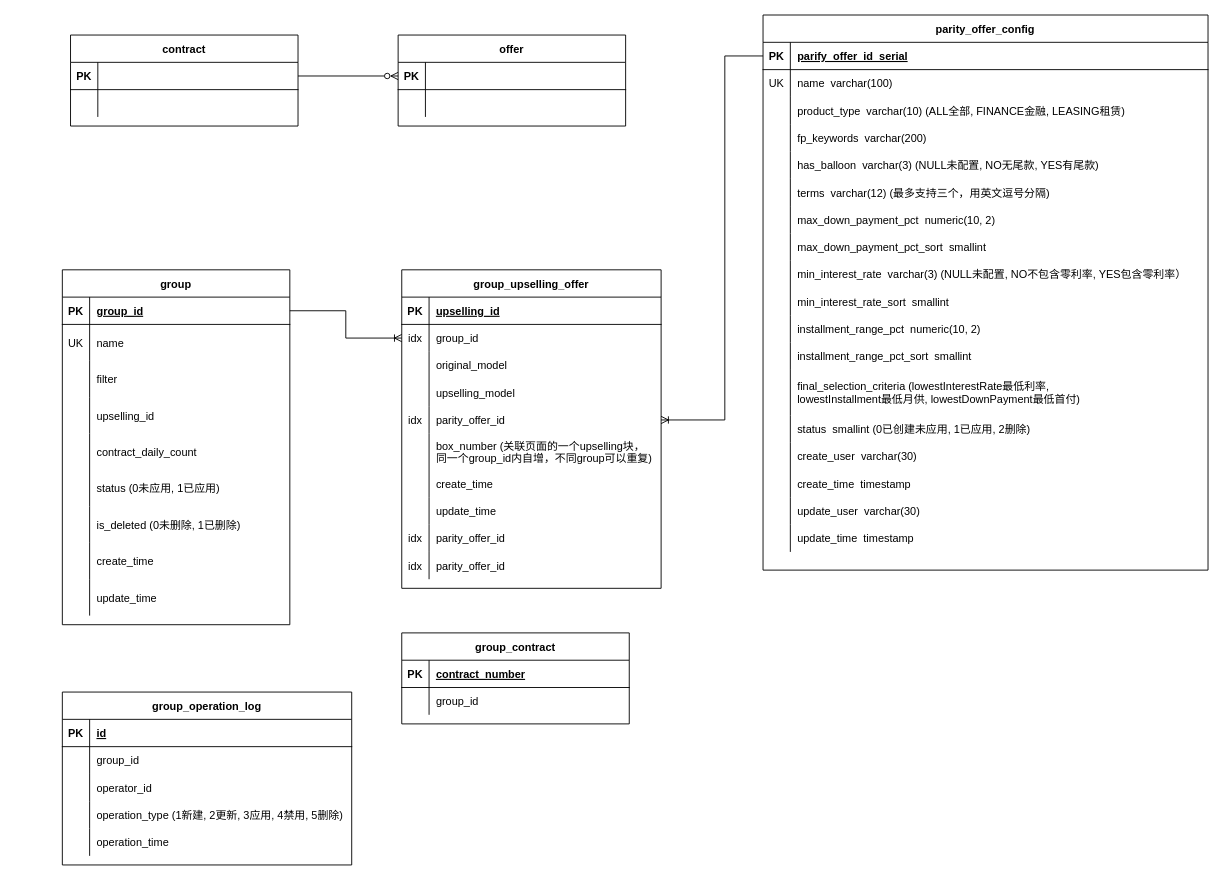
Above: insight.drawio in likun0121/insight (draw.io), before the change. Source tidied: cells renumbered, new cells numbered last; positions are measured from the earlier drawing's top-left corner, leaving out a move shared by most shapes. Both pictures are drawn from the tidied source at 91%, with x=0, y=0 at pixel (62, 15).
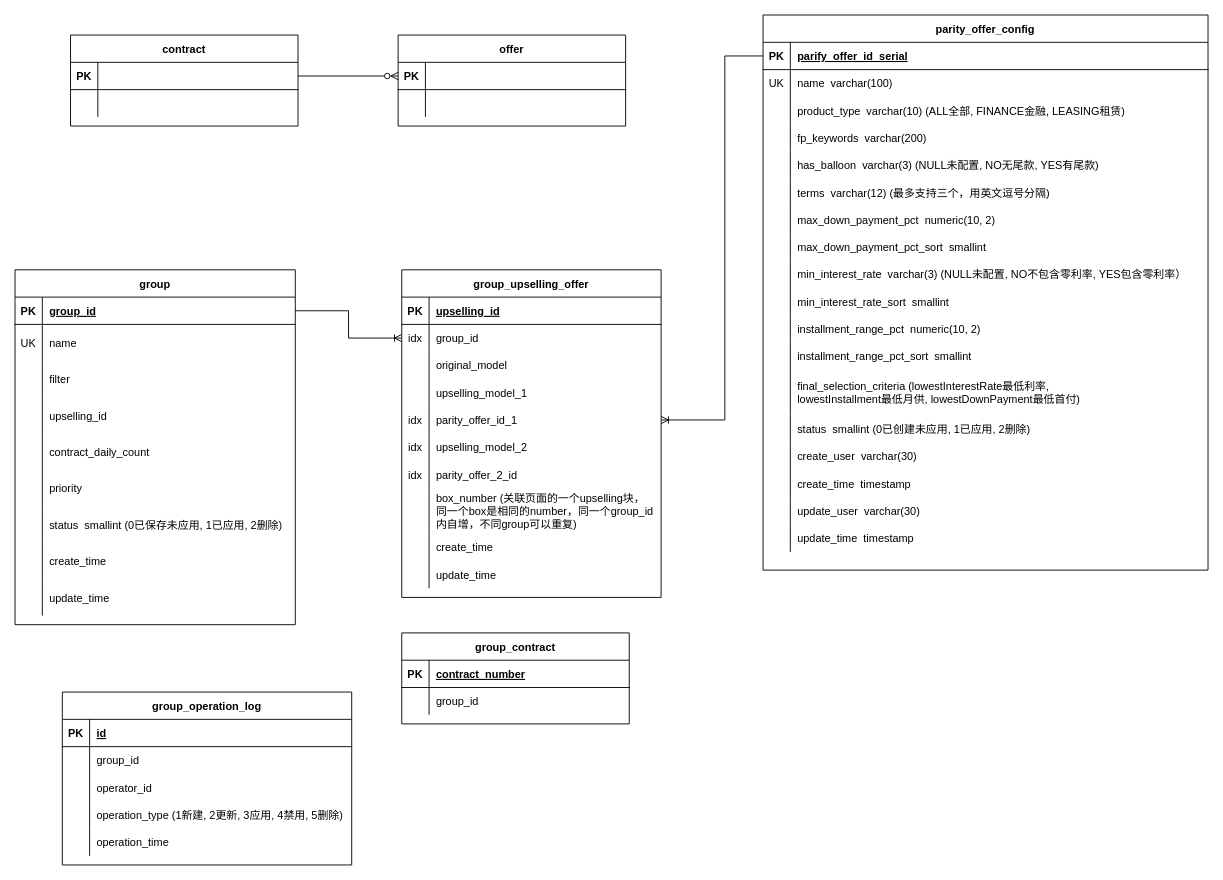
Above is the later version.

The change refers to these unchanged cells:
```xml
<mxCell id="110" style="shape=partialRectangle;fillColor=none;top=0;left=0;right=0;bottom=0;" parent="100" vertex="1">
  <mxGeometry y="120" width="285" height="30" as="geometry" />
</mxCell>
<mxCell id="113" style="shape=partialRectangle;fillColor=none;points=[[0,0.5],[1,0.5]];portConstraint=eastwest;top=0;left=0;right=0;bottom=0;" parent="100" vertex="1">
  <mxGeometry y="150" width="285" height="30" as="geometry" />
</mxCell>
```

Diff of the diagram source:
```diff
@@
     <mxCell id="17" value="group" style="shape=table;startSize=30;childLayout=tableLayout;rowLines=0;fontStyle=1;align=center;" parent="1" vertex="1">
-      <mxGeometry y="280" width="250" height="390" as="geometry" />
+      <mxGeometry x="-52" y="280" width="308" height="390" as="geometry" />
     </mxCell>
     <mxCell id="18" style="shape=partialRectangle;fillColor=none;points=[[0,0.5],[1,0.5]];portConstraint=eastwest;top=0;left=0;right=0;bottom=1;" parent="17" vertex="1">
-      <mxGeometry y="30" width="250" height="30" as="geometry" />
+      <mxGeometry y="30" width="308" height="30" as="geometry" />
     </mxCell>
@@
     <mxCell id="20" value="group_id" style="shape=partialRectangle;overflow=hidden;fillColor=none;top=0;left=0;bottom=0;right=0;align=left;spacingLeft=6;fontStyle=5;" parent="18" vertex="1">
-      <mxGeometry x="30" width="220" height="30" as="geometry" />
+      <mxGeometry x="30" width="278" height="30" as="geometry" />
     </mxCell>
     <mxCell id="21" style="shape=partialRectangle;fillColor=none;top=0;left=0;right=0;bottom=0;" parent="17" vertex="1">
-      <mxGeometry y="60" width="250" height="40" as="geometry" />
+      <mxGeometry y="60" width="308" height="40" as="geometry" />
     </mxCell>
@@
     <mxCell id="23" value="name" style="shape=partialRectangle;overflow=hidden;fillColor=none;top=0;left=0;bottom=0;right=0;align=left;spacingLeft=6;" parent="21" vertex="1">
-      <mxGeometry x="30" width="220" height="40" as="geometry" />
+      <mxGeometry x="30" width="278" height="40" as="geometry" />
     </mxCell>
     <mxCell id="24" style="shape=partialRectangle;fillColor=none;top=0;left=0;right=0;bottom=0;" parent="17" vertex="1">
-      <mxGeometry y="100" width="250" height="40" as="geometry" />
+      <mxGeometry y="100" width="308" height="40" as="geometry" />
     </mxCell>
@@
     <mxCell id="26" value="filter" style="shape=partialRectangle;overflow=hidden;fillColor=none;top=0;left=0;bottom=0;right=0;align=left;spacingLeft=6;" parent="24" vertex="1">
-      <mxGeometry x="30" width="220" height="40" as="geometry" />
+      <mxGeometry x="30" width="278" height="40" as="geometry" />
     </mxCell>
     <mxCell id="27" style="shape=partialRectangle;fillColor=none;top=0;left=0;right=0;bottom=0;" parent="17" vertex="1">
-      <mxGeometry y="140" width="250" height="40" as="geometry" />
+      <mxGeometry y="140" width="308" height="40" as="geometry" />
     </mxCell>
@@
     <mxCell id="29" value="upselling_id" style="shape=partialRectangle;overflow=hidden;fillColor=none;top=0;left=0;bottom=0;right=0;align=left;spacingLeft=6;" parent="27" vertex="1">
-      <mxGeometry x="30" width="220" height="40" as="geometry" />
+      <mxGeometry x="30" width="278" height="40" as="geometry" />
     </mxCell>
     <mxCell id="30" style="shape=partialRectangle;fillColor=none;top=0;left=0;right=0;bottom=0;" parent="17" vertex="1">
-      <mxGeometry y="180" width="250" height="40" as="geometry" />
+      <mxGeometry y="180" width="308" height="40" as="geometry" />
     </mxCell>
@@
     <mxCell id="32" value="contract_daily_count" style="shape=partialRectangle;overflow=hidden;fillColor=none;top=0;left=0;bottom=0;right=0;align=left;spacingLeft=6;" parent="30" vertex="1">
-      <mxGeometry x="30" width="220" height="40" as="geometry" />
+      <mxGeometry x="30" width="278" height="40" as="geometry" />
     </mxCell>
+    <mxCell id="156" style="shape=partialRectangle;fillColor=none;top=0;left=0;right=0;bottom=0;" parent="17" vertex="1">
+      <mxGeometry y="220" width="308" height="40" as="geometry" />
+    </mxCell>
+    <mxCell id="37" style="shape=partialRectangle;overflow=hidden;fillColor=none;top=0;left=0;bottom=0;right=0;" parent="156" vertex="1">
+      <mxGeometry width="30" height="40" as="geometry" />
+    </mxCell>
+    <mxCell id="157" value="priority" style="shape=partialRectangle;overflow=hidden;fillColor=none;top=0;left=0;bottom=0;right=0;align=left;spacingLeft=6;" parent="156" vertex="1">
+      <mxGeometry x="30" width="278" height="40" as="geometry" />
+    </mxCell>
     <mxCell id="33" style="shape=partialRectangle;fillColor=none;top=0;left=0;right=0;bottom=0;" parent="17" vertex="1">
-      <mxGeometry y="220" width="250" height="40" as="geometry" />
+      <mxGeometry y="260" width="308" height="40" as="geometry" />
     </mxCell>
@@
-    <mxCell id="35" value="status (0未应用, 1已应用)" style="shape=partialRectangle;overflow=hidden;fillColor=none;top=0;left=0;bottom=0;right=0;align=left;spacingLeft=6;" parent="33" vertex="1">
-      <mxGeometry x="30" width="220" height="40" as="geometry" />
+    <mxCell id="35" value="status  smallint (0已保存未应用, 1已应用, 2删除)" style="shape=partialRectangle;overflow=hidden;fillColor=none;top=0;left=0;bottom=0;right=0;align=left;spacingLeft=6;" parent="33" vertex="1">
+      <mxGeometry x="30" width="278" height="40" as="geometry" />
     </mxCell>
-    <mxCell id="36" style="shape=partialRectangle;fillColor=none;top=0;left=0;right=0;bottom=0;" parent="17" vertex="1">
-      <mxGeometry y="260" width="250" height="40" as="geometry" />
-    </mxCell>
-    <mxCell id="37" style="shape=partialRectangle;overflow=hidden;fillColor=none;top=0;left=0;bottom=0;right=0;" parent="36" vertex="1">
-      <mxGeometry width="30" height="40" as="geometry" />
-    </mxCell>
-    <mxCell id="38" value="is_deleted (0未删除, 1已删除)" style="shape=partialRectangle;overflow=hidden;fillColor=none;top=0;left=0;bottom=0;right=0;align=left;spacingLeft=6;" parent="36" vertex="1">
-      <mxGeometry x="30" width="220" height="40" as="geometry" />
-    </mxCell>
     <mxCell id="39" style="shape=partialRectangle;fillColor=none;top=0;left=0;right=0;bottom=0;" parent="17" vertex="1">
-      <mxGeometry y="300" width="250" height="40" as="geometry" />
+      <mxGeometry y="300" width="308" height="40" as="geometry" />
     </mxCell>
@@
     <mxCell id="41" value="create_time" style="shape=partialRectangle;overflow=hidden;fillColor=none;top=0;left=0;bottom=0;right=0;align=left;spacingLeft=6;" parent="39" vertex="1">
-      <mxGeometry x="30" width="220" height="40" as="geometry" />
+      <mxGeometry x="30" width="278" height="40" as="geometry" />
     </mxCell>
     <mxCell id="42" style="shape=partialRectangle;fillColor=none;top=0;left=0;right=0;bottom=0;" parent="17" vertex="1">
-      <mxGeometry y="340" width="250" height="40" as="geometry" />
+      <mxGeometry y="340" width="308" height="40" as="geometry" />
     </mxCell>
@@
     <mxCell id="44" value="update_time" style="shape=partialRectangle;overflow=hidden;fillColor=none;top=0;left=0;bottom=0;right=0;align=left;spacingLeft=6;" parent="42" vertex="1">
-      <mxGeometry x="30" width="220" height="40" as="geometry" />
+      <mxGeometry x="30" width="278" height="40" as="geometry" />
     </mxCell>
@@
     <mxCell id="100" value="group_upselling_offer" style="shape=table;startSize=30;childLayout=tableLayout;rowLines=0;fontStyle=1;align=center;" parent="1" vertex="1">
-      <mxGeometry x="373" y="280" width="285" height="350" as="geometry" />
+      <mxGeometry x="373" y="280" width="285" height="360" as="geometry" />
     </mxCell>
@@
-    <mxCell id="112" value="upselling_model" style="shape=partialRectangle;overflow=hidden;fillColor=none;top=0;left=0;bottom=0;right=0;align=left;spacingLeft=6;" parent="110" vertex="1">
+    <mxCell id="112" value="upselling_model_1" style="shape=partialRectangle;overflow=hidden;fillColor=none;top=0;left=0;bottom=0;right=0;align=left;spacingLeft=6;" parent="110" vertex="1">
       <mxGeometry x="30" width="255" height="30" as="geometry" />
     </mxCell>
@@
-    <mxCell id="115" value="parity_offer_id" style="shape=partialRectangle;overflow=hidden;fillColor=none;top=0;left=0;bottom=0;right=0;align=left;spacingLeft=6;" parent="113" vertex="1">
+    <mxCell id="115" value="parity_offer_id_1" style="shape=partialRectangle;overflow=hidden;fillColor=none;top=0;left=0;bottom=0;right=0;align=left;spacingLeft=6;" parent="113" vertex="1">
       <mxGeometry x="30" width="255" height="30" as="geometry" />
     </mxCell>
+    <mxCell id="125" style="shape=partialRectangle;fillColor=none;top=0;left=0;right=0;bottom=0;" parent="100" vertex="1">
+      <mxGeometry y="180" width="285" height="30" as="geometry" />
+    </mxCell>
+    <mxCell id="126" value="idx" style="shape=partialRectangle;overflow=hidden;fillColor=none;top=0;left=0;bottom=0;right=0;" parent="125" vertex="1">
+      <mxGeometry width="30" height="30" as="geometry" />
+    </mxCell>
+    <mxCell id="127" value="upselling_model_2" style="shape=partialRectangle;overflow=hidden;fillColor=none;top=0;left=0;bottom=0;right=0;align=left;spacingLeft=6;" parent="125" vertex="1">
+      <mxGeometry x="30" width="255" height="30" as="geometry" />
+    </mxCell>
+    <mxCell id="128" style="shape=partialRectangle;fillColor=none;top=0;left=0;right=0;bottom=0;" parent="100" vertex="1">
+      <mxGeometry y="210" width="285" height="30" as="geometry" />
+    </mxCell>
+    <mxCell id="129" value="idx" style="shape=partialRectangle;overflow=hidden;fillColor=none;top=0;left=0;bottom=0;right=0;" parent="128" vertex="1">
+      <mxGeometry width="30" height="30" as="geometry" />
+    </mxCell>
+    <mxCell id="130" value="parity_offer_2_id" style="shape=partialRectangle;overflow=hidden;fillColor=none;top=0;left=0;bottom=0;right=0;align=left;spacingLeft=6;" parent="128" vertex="1">
+      <mxGeometry x="30" width="255" height="30" as="geometry" />
+    </mxCell>
     <mxCell id="116" style="shape=partialRectangle;fillColor=none;top=0;left=0;right=0;bottom=0;" parent="100" vertex="1">
-      <mxGeometry y="180" width="285" height="40" as="geometry" />
+      <mxGeometry y="240" width="285" height="50" as="geometry" />
     </mxCell>
     <mxCell id="117" style="shape=partialRectangle;overflow=hidden;fillColor=none;top=0;left=0;bottom=0;right=0;" parent="116" vertex="1">
-      <mxGeometry width="30" height="40" as="geometry" />
+      <mxGeometry width="30" height="50" as="geometry" />
     </mxCell>
-    <mxCell id="118" value="box_number (关联页面的一个upselling块，&#10;同一个group_id内自增，不同group可以重复)" style="shape=partialRectangle;overflow=hidden;fillColor=none;top=0;left=0;bottom=0;right=0;align=left;spacingLeft=6;" parent="116" vertex="1">
-      <mxGeometry x="30" width="255" height="40" as="geometry" />
+    <mxCell id="118" value="box_number (关联页面的一个upselling块，&#10;同一个box是相同的number，同一个group_id&#10;内自增，不同group可以重复)" style="shape=partialRectangle;overflow=hidden;fillColor=none;top=0;left=0;bottom=0;right=0;align=left;spacingLeft=6;" parent="116" vertex="1">
+      <mxGeometry x="30" width="255" height="50" as="geometry" />
     </mxCell>
     <mxCell id="119" style="shape=partialRectangle;fillColor=none;top=0;left=0;right=0;bottom=0;" parent="100" vertex="1">
-      <mxGeometry y="220" width="285" height="30" as="geometry" />
+      <mxGeometry y="290" width="285" height="30" as="geometry" />
     </mxCell>
@@
     <mxCell id="122" style="shape=partialRectangle;fillColor=none;top=0;left=0;right=0;bottom=0;" parent="100" vertex="1">
-      <mxGeometry y="250" width="285" height="30" as="geometry" />
+      <mxGeometry y="320" width="285" height="30" as="geometry" />
     </mxCell>
@@
-    <mxCell id="125" style="shape=partialRectangle;fillColor=none;top=0;left=0;right=0;bottom=0;" parent="100" vertex="1">
-      <mxGeometry y="280" width="285" height="30" as="geometry" />
-    </mxCell>
-    <mxCell id="126" value="idx" style="shape=partialRectangle;overflow=hidden;fillColor=none;top=0;left=0;bottom=0;right=0;" parent="125" vertex="1">
-      <mxGeometry width="30" height="30" as="geometry" />
-    </mxCell>
-    <mxCell id="127" value="parity_offer_id" style="shape=partialRectangle;overflow=hidden;fillColor=none;top=0;left=0;bottom=0;right=0;align=left;spacingLeft=6;" parent="125" vertex="1">
-      <mxGeometry x="30" width="255" height="30" as="geometry" />
-    </mxCell>
-    <mxCell id="128" style="shape=partialRectangle;fillColor=none;top=0;left=0;right=0;bottom=0;" parent="100" vertex="1">
-      <mxGeometry y="310" width="285" height="30" as="geometry" />
-    </mxCell>
-    <mxCell id="129" value="idx" style="shape=partialRectangle;overflow=hidden;fillColor=none;top=0;left=0;bottom=0;right=0;" parent="128" vertex="1">
-      <mxGeometry width="30" height="30" as="geometry" />
-    </mxCell>
-    <mxCell id="130" value="parity_offer_id" style="shape=partialRectangle;overflow=hidden;fillColor=none;top=0;left=0;bottom=0;right=0;align=left;spacingLeft=6;" parent="128" vertex="1">
-      <mxGeometry x="30" width="255" height="30" as="geometry" />
-    </mxCell>
```
